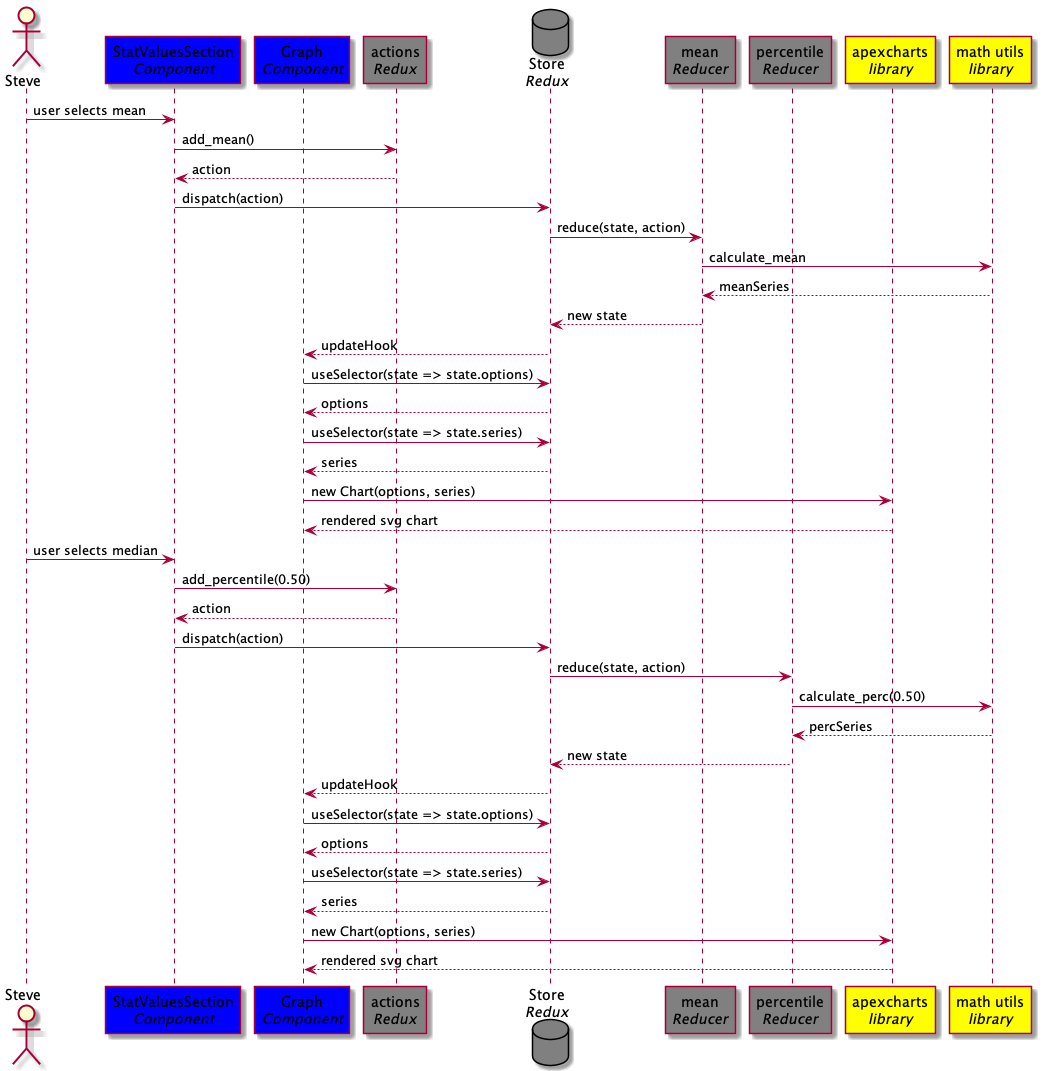
Above: DesignPhase/sequence-diagrams/statistical-values/sequence-diagram.png in EOSC-synergy/o3webapp (PlantUML), before the change.
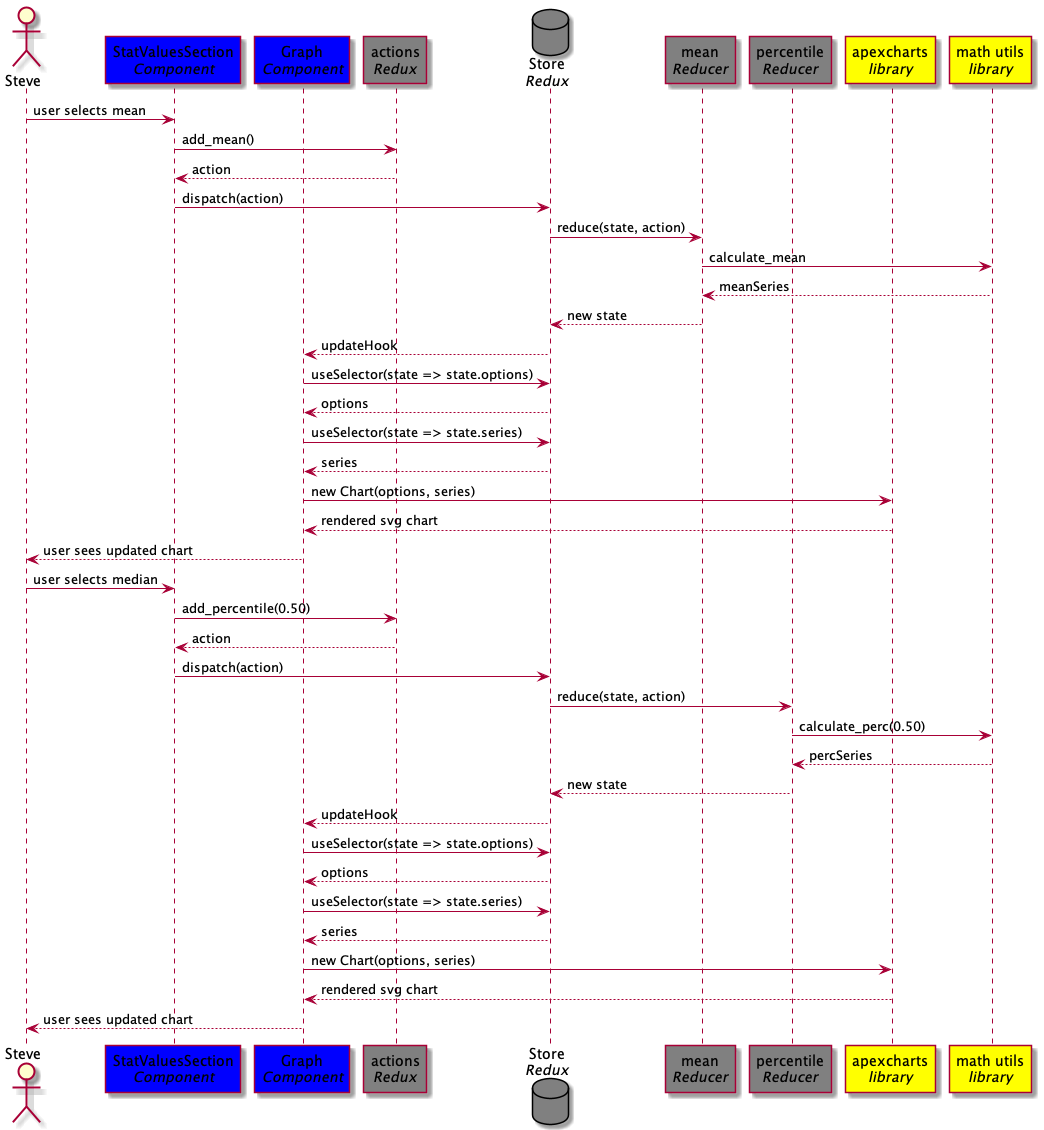
Later version of the same file.

Commit message:
added user interact

The edit, as a diff of the source:
```diff
@@ -25,7 +25,7 @@
 Graph<--Store: series
 Graph->apexcharts: new Chart(options, series)
 Graph<--apexcharts: rendered svg chart
-
+Steve<--Graph: user sees updated chart
 
 
 Steve->SVS: user selects median
@@ -44,6 +44,7 @@
 Graph<--Store: series
 Graph->apexcharts: new Chart(options, series)
 Graph<--apexcharts: rendered svg chart
+Steve<--Graph: user sees updated chart
 
 
 @enduml
```
